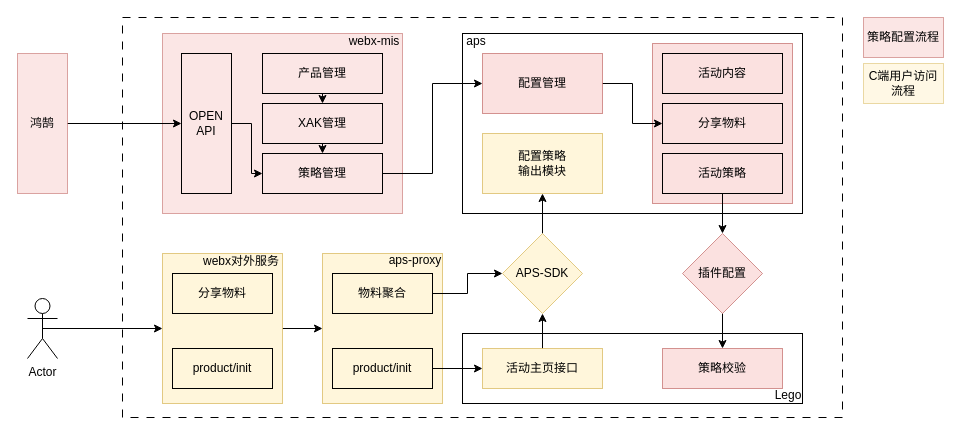
Before: page "客企" (5 of 9) of aps.drawio in songshiyun/drawio, a draw.io diagram. Source tidied: cells renumbered, new cells numbered last; positions are measured from the earlier drawing's top-left corner, leaving out a move shared by most shapes. Both pictures are drawn from the tidied source at 100%, with x=0, y=0 at pixel (17, 17).
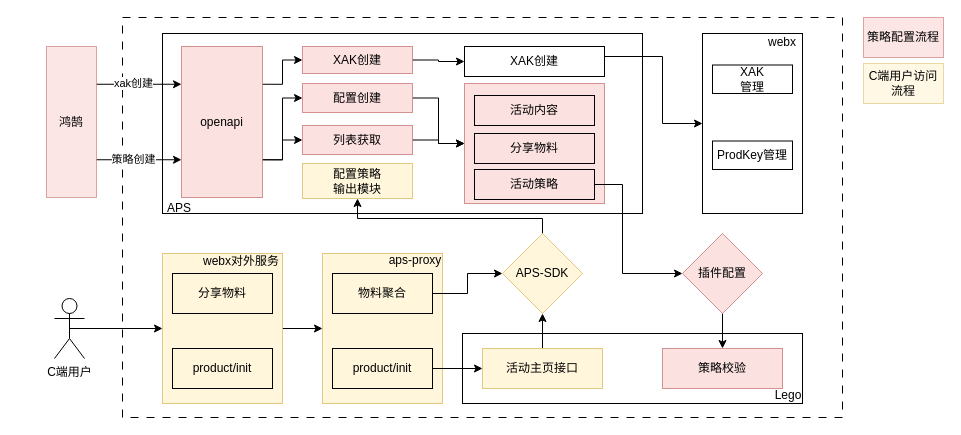
The same page after the edit.

Unchanged cells that the change refers to:
```xml
<mxCell id="12" value="APS-SDK" style="rhombus;whiteSpace=wrap;html=1;fillColor=#fff2cc;strokeColor=#d6b656;opacity=70;" parent="1" vertex="1">
  <mxGeometry x="485" y="216" width="80" height="80" as="geometry" />
</mxCell>
<mxCell id="30" value="插件配置" style="rhombus;whiteSpace=wrap;html=1;fillColor=#f8cecc;strokeColor=#b85450;opacity=60;" parent="1" vertex="1">
  <mxGeometry x="665" y="216" width="80" height="80" as="geometry" />
</mxCell>
```

Diff of the diagram source:
```diff
@@
+    <mxCell id="3" style="rounded=0;whiteSpace=wrap;html=1;fillColor=none;dashed=1;dashPattern=8 8;" parent="1" vertex="1">
+      <mxGeometry x="105" width="720" height="400" as="geometry" />
+    </mxCell>
     <mxCell id="2" style="rounded=0;whiteSpace=wrap;html=1;fillColor=none;" parent="1" vertex="1">
-      <mxGeometry x="445" y="16" width="340" height="180" as="geometry" />
+      <mxGeometry x="145" y="16" width="480" height="180" as="geometry" />
     </mxCell>
-    <mxCell id="3" style="rounded=0;whiteSpace=wrap;html=1;fillColor=none;dashed=1;dashPattern=8 8;" parent="1" vertex="1">
-      <mxGeometry x="105" width="720" height="400" as="geometry" />
-    </mxCell>
     <mxCell id="4" style="rounded=0;whiteSpace=wrap;html=1;fillColor=#f8cecc;strokeColor=#b85450;opacity=60;" parent="1" vertex="1">
-      <mxGeometry x="635" y="26" width="140" height="160" as="geometry" />
+      <mxGeometry x="447" y="66" width="140" height="120" as="geometry" />
     </mxCell>
-    <mxCell id="5" style="rounded=0;whiteSpace=wrap;html=1;fillColor=#f8cecc;strokeColor=#b85450;opacity=50;" parent="1" vertex="1">
-      <mxGeometry x="145" y="16" width="240" height="180" as="geometry" />
-    </mxCell>
-    <mxCell id="6" style="edgeStyle=orthogonalEdgeStyle;rounded=0;jettySize=auto;html=1;exitX=1;exitY=0.5;exitDx=0;exitDy=0;entryX=0;entryY=0.5;entryDx=0;entryDy=0;" parent="1" edge="1" source="7" target="21">
-      <mxGeometry relative="1" as="geometry" />
-    </mxCell>
-    <mxCell id="7" value="OPEN&lt;br&gt;API" style="rounded=0;whiteSpace=wrap;html=1;fillColor=none;" parent="1" vertex="1">
-      <mxGeometry x="164" y="36" width="50" height="140" as="geometry" />
-    </mxCell>
@@
-    <mxCell id="11" style="edgeStyle=orthogonalEdgeStyle;rounded=0;jettySize=auto;html=1;exitX=0.5;exitY=0;exitDx=0;exitDy=0;entryX=0.5;entryY=1;entryDx=0;entryDy=0;" parent="1" edge="1" source="12" target="22">
-      <mxGeometry relative="1" as="geometry" />
+    <mxCell id="11" style="edgeStyle=orthogonalEdgeStyle;rounded=0;jettySize=auto;html=1;exitX=0.5;exitY=0;exitDx=0;exitDy=0;" parent="1" edge="1" source="12" target="22">
+      <mxGeometry relative="1" as="geometry">
+        <Array as="points">
+          <mxPoint x="525" y="201" />
+          <mxPoint x="340" y="201" />
+        </Array>
+      </mxGeometry>
     </mxCell>
@@
-    <mxCell id="15" value="Actor" style="shape=umlActor;verticalLabelPosition=bottom;verticalAlign=top;html=1;outlineConnect=0;fillColor=none;" parent="1" vertex="1">
-      <mxGeometry x="10" y="281" width="30" height="60" as="geometry" />
+    <mxCell id="15" value="C端用户" style="shape=umlActor;verticalLabelPosition=bottom;verticalAlign=top;html=1;outlineConnect=0;fillColor=none;" parent="1" vertex="1">
+      <mxGeometry x="37" y="281" width="30" height="60" as="geometry" />
     </mxCell>
-    <mxCell id="16" style="edgeStyle=orthogonalEdgeStyle;rounded=0;jettySize=auto;html=1;exitX=0.5;exitY=1;exitDx=0;exitDy=0;entryX=0.5;entryY=0;entryDx=0;entryDy=0;" parent="1" edge="1" source="17" target="19">
-      <mxGeometry relative="1" as="geometry" />
-    </mxCell>
-    <mxCell id="17" value="产品管理" style="rounded=0;whiteSpace=wrap;html=1;fillColor=none;" parent="1" vertex="1">
-      <mxGeometry x="245" y="36" width="120" height="40" as="geometry" />
-    </mxCell>
-    <mxCell id="18" style="edgeStyle=orthogonalEdgeStyle;rounded=0;jettySize=auto;html=1;exitX=0.5;exitY=1;exitDx=0;exitDy=0;entryX=0.5;entryY=0;entryDx=0;entryDy=0;" parent="1" edge="1" source="19" target="21">
-      <mxGeometry relative="1" as="geometry" />
-    </mxCell>
-    <mxCell id="19" value="XAK管理" style="rounded=0;whiteSpace=wrap;html=1;fillColor=none;" parent="1" vertex="1">
-      <mxGeometry x="245" y="86" width="120" height="40" as="geometry" />
-    </mxCell>
-    <mxCell id="20" style="edgeStyle=orthogonalEdgeStyle;rounded=0;jettySize=auto;html=1;exitX=1;exitY=0.5;exitDx=0;exitDy=0;entryX=0;entryY=0.5;entryDx=0;entryDy=0;" parent="1" edge="1" source="21" target="24">
-      <mxGeometry relative="1" as="geometry" />
-    </mxCell>
-    <mxCell id="21" value="策略管理" style="rounded=0;whiteSpace=wrap;html=1;fillColor=none;" parent="1" vertex="1">
-      <mxGeometry x="245" y="136" width="120" height="40" as="geometry" />
-    </mxCell>
     <mxCell id="22" value="配置策略&lt;br&gt;输出模块" style="rounded=0;whiteSpace=wrap;html=1;fillColor=#fff2cc;strokeColor=#d6b656;opacity=70;" parent="1" vertex="1">
-      <mxGeometry x="465" y="116" width="120" height="60" as="geometry" />
+      <mxGeometry x="285" y="146" width="110" height="35" as="geometry" />
     </mxCell>
-    <mxCell id="23" style="edgeStyle=orthogonalEdgeStyle;rounded=0;jettySize=auto;html=1;exitX=1;exitY=0.5;exitDx=0;exitDy=0;entryX=0;entryY=0.5;entryDx=0;entryDy=0;" parent="1" edge="1" source="24" target="26">
-      <mxGeometry relative="1" as="geometry" />
-    </mxCell>
+    <mxCell id="49" style="edgeStyle=orthogonalEdgeStyle;rounded=0;jettySize=auto;html=1;exitX=1;exitY=0.5;exitDx=0;exitDy=0;entryX=0;entryY=0.5;entryDx=0;entryDy=0;" parent="1" edge="1" source="24" target="4">
+      <mxGeometry relative="1" as="geometry" />
+    </mxCell>
-    <mxCell id="24" value="配置管理" style="rounded=0;whiteSpace=wrap;html=1;fillColor=#f8cecc;strokeColor=#b85450;opacity=60;" parent="1" vertex="1">
-      <mxGeometry x="465" y="36" width="120" height="60" as="geometry" />
+    <mxCell id="24" value="配置创建" style="rounded=0;whiteSpace=wrap;html=1;fillColor=#f8cecc;strokeColor=#b85450;opacity=60;" parent="1" vertex="1">
+      <mxGeometry x="285" y="66" width="110" height="29" as="geometry" />
     </mxCell>
     <mxCell id="25" value="活动内容" style="rounded=0;whiteSpace=wrap;html=1;fillColor=none;" parent="1" vertex="1">
-      <mxGeometry x="645" y="36" width="120" height="40" as="geometry" />
+      <mxGeometry x="457" y="78" width="120" height="30" as="geometry" />
     </mxCell>
     <mxCell id="26" value="分享物料" style="rounded=0;whiteSpace=wrap;html=1;fillColor=none;" parent="1" vertex="1">
-      <mxGeometry x="645" y="86" width="120" height="40" as="geometry" />
+      <mxGeometry x="457" y="116" width="120" height="30" as="geometry" />
     </mxCell>
-    <mxCell id="27" style="edgeStyle=orthogonalEdgeStyle;rounded=0;jettySize=auto;html=1;exitX=0.5;exitY=1;exitDx=0;exitDy=0;entryX=0.5;entryY=0;entryDx=0;entryDy=0;" parent="1" edge="1" source="28" target="30">
-      <mxGeometry relative="1" as="geometry" />
+    <mxCell id="27" style="edgeStyle=orthogonalEdgeStyle;rounded=0;jettySize=auto;html=1;exitX=1;exitY=0.5;exitDx=0;exitDy=0;entryX=0;entryY=0.5;entryDx=0;entryDy=0;" parent="1" edge="1" source="28" target="30">
+      <mxGeometry relative="1" as="geometry">
+        <Array as="points">
+          <mxPoint x="605" y="167" />
+          <mxPoint x="605" y="256" />
+        </Array>
+      </mxGeometry>
     </mxCell>
     <mxCell id="28" value="活动策略" style="rounded=0;whiteSpace=wrap;html=1;fillColor=none;" parent="1" vertex="1">
-      <mxGeometry x="645" y="136" width="120" height="40" as="geometry" />
+      <mxGeometry x="457" y="152" width="120" height="30" as="geometry" />
     </mxCell>
@@
-    <mxCell id="40" style="edgeStyle=orthogonalEdgeStyle;rounded=0;jettySize=auto;html=1;exitX=1;exitY=0.5;exitDx=0;exitDy=0;entryX=0;entryY=0.5;entryDx=0;entryDy=0;" parent="1" edge="1" source="41" target="7">
-      <mxGeometry relative="1" as="geometry" />
-    </mxCell>
+    <mxCell id="50" style="edgeStyle=orthogonalEdgeStyle;rounded=0;jettySize=auto;html=1;exitX=1;exitY=0.25;exitDx=0;exitDy=0;entryX=0;entryY=0.25;entryDx=0;entryDy=0;" parent="1" edge="1" source="41" target="62">
+      <mxGeometry relative="1" as="geometry" />
+    </mxCell>
+    <mxCell id="51" value="xak创建" style="edgeLabel;html=1;align=center;verticalAlign=middle;" parent="50" vertex="1">
+      <mxGeometry x="-0.53" y="2" relative="1" as="geometry">
+        <mxPoint x="16" y="1" as="offset" />
+      </mxGeometry>
+    </mxCell>
+    <mxCell id="52" style="edgeStyle=orthogonalEdgeStyle;rounded=0;jettySize=auto;html=1;exitX=1;exitY=0.75;exitDx=0;exitDy=0;entryX=0;entryY=0.75;entryDx=0;entryDy=0;" parent="1" edge="1" source="41" target="62">
+      <mxGeometry relative="1" as="geometry" />
+    </mxCell>
+    <mxCell id="53" value="策略创建" style="edgeLabel;html=1;align=center;verticalAlign=middle;" parent="52" vertex="1">
+      <mxGeometry x="-0.39" y="1" relative="1" as="geometry">
+        <mxPoint x="10" as="offset" />
+      </mxGeometry>
+    </mxCell>
     <mxCell id="41" value="鸿鹄" style="rounded=0;whiteSpace=wrap;html=1;fillColor=#f8cecc;strokeColor=#b85450;opacity=50;" parent="1" vertex="1">
-      <mxGeometry y="36" width="50" height="140" as="geometry" />
+      <mxGeometry x="29" y="29" width="50" height="151" as="geometry" />
     </mxCell>
-    <mxCell id="42" value="webx-mis" style="text;html=1;strokeColor=none;fillColor=none;align=center;verticalAlign=middle;whiteSpace=wrap;rounded=0;" parent="1" vertex="1">
-      <mxGeometry x="327" y="9" width="60" height="30" as="geometry" />
-    </mxCell>
-    <mxCell id="43" value="aps" style="text;html=1;strokeColor=none;fillColor=none;align=center;verticalAlign=middle;whiteSpace=wrap;rounded=0;" parent="1" vertex="1">
-      <mxGeometry x="429" y="9" width="60" height="30" as="geometry" />
-    </mxCell>
@@
+    <mxCell id="54" style="rounded=0;whiteSpace=wrap;html=1;fillColor=none;" parent="1" vertex="1">
+      <mxGeometry x="685" y="16" width="100" height="180" as="geometry" />
+    </mxCell>
+    <mxCell id="55" style="edgeStyle=orthogonalEdgeStyle;rounded=0;jettySize=auto;html=1;exitX=1;exitY=0.5;exitDx=0;exitDy=0;entryX=0;entryY=0.5;entryDx=0;entryDy=0;" parent="1" edge="1" source="56" target="58">
+      <mxGeometry relative="1" as="geometry" />
+    </mxCell>
+    <mxCell id="56" value="XAK创建" style="rounded=0;whiteSpace=wrap;html=1;fillColor=#f8cecc;strokeColor=#b85450;opacity=60;" parent="1" vertex="1">
+      <mxGeometry x="285" y="29" width="110" height="27" as="geometry" />
+    </mxCell>
+    <mxCell id="57" style="edgeStyle=orthogonalEdgeStyle;rounded=0;jettySize=auto;html=1;exitX=1;exitY=0.5;exitDx=0;exitDy=0;entryX=0;entryY=0.5;entryDx=0;entryDy=0;" parent="1" edge="1" source="58" target="54">
+      <mxGeometry relative="1" as="geometry">
+        <Array as="points">
+          <mxPoint x="645" y="39" />
+          <mxPoint x="645" y="106" />
+        </Array>
+      </mxGeometry>
+    </mxCell>
+    <mxCell id="58" value="XAK创建" style="rounded=0;whiteSpace=wrap;html=1;fillColor=none;" parent="1" vertex="1">
+      <mxGeometry x="447" y="29" width="140" height="30" as="geometry" />
+    </mxCell>
+    <mxCell id="59" style="edgeStyle=orthogonalEdgeStyle;rounded=0;jettySize=auto;html=1;exitX=1;exitY=0.25;exitDx=0;exitDy=0;entryX=0;entryY=0.5;entryDx=0;entryDy=0;" parent="1" edge="1" source="62" target="56">
+      <mxGeometry relative="1" as="geometry" />
+    </mxCell>
+    <mxCell id="60" style="edgeStyle=orthogonalEdgeStyle;rounded=0;jettySize=auto;html=1;exitX=1;exitY=0.75;exitDx=0;exitDy=0;entryX=0;entryY=0.5;entryDx=0;entryDy=0;" parent="1" edge="1" source="62" target="24">
+      <mxGeometry relative="1" as="geometry" />
+    </mxCell>
+    <mxCell id="61" style="edgeStyle=orthogonalEdgeStyle;rounded=0;jettySize=auto;html=1;exitX=1;exitY=0.75;exitDx=0;exitDy=0;entryX=0;entryY=0.5;entryDx=0;entryDy=0;" parent="1" edge="1" source="62" target="68">
+      <mxGeometry relative="1" as="geometry" />
+    </mxCell>
+    <mxCell id="62" value="openapi" style="rounded=0;whiteSpace=wrap;html=1;fillColor=#f8cecc;strokeColor=#b85450;opacity=60;" parent="1" vertex="1">
+      <mxGeometry x="164" y="29" width="81" height="151" as="geometry" />
+    </mxCell>
+    <mxCell id="63" value="XAK&lt;br&gt;管理" style="rounded=0;whiteSpace=wrap;html=1;fillColor=none;" parent="1" vertex="1">
+      <mxGeometry x="695" y="47.5" width="80" height="28.5" as="geometry" />
+    </mxCell>
+    <mxCell id="64" value="ProdKey管理" style="rounded=0;whiteSpace=wrap;html=1;fillColor=none;" parent="1" vertex="1">
+      <mxGeometry x="695" y="123.5" width="80" height="28.5" as="geometry" />
+    </mxCell>
+    <mxCell id="65" value="webx" style="text;html=1;strokeColor=none;fillColor=none;align=center;verticalAlign=middle;whiteSpace=wrap;rounded=0;" parent="1" vertex="1">
+      <mxGeometry x="725" y="10" width="80" height="30" as="geometry" />
+    </mxCell>
+    <mxCell id="66" value="APS" style="text;html=1;strokeColor=none;fillColor=none;align=center;verticalAlign=middle;whiteSpace=wrap;rounded=0;" parent="1" vertex="1">
+      <mxGeometry x="122" y="176" width="80" height="30" as="geometry" />
+    </mxCell>
+    <mxCell id="67" style="edgeStyle=orthogonalEdgeStyle;rounded=0;jettySize=auto;html=1;exitX=1;exitY=0.5;exitDx=0;exitDy=0;entryX=0;entryY=0.5;entryDx=0;entryDy=0;" parent="1" edge="1" source="68" target="4">
+      <mxGeometry relative="1" as="geometry" />
+    </mxCell>
+    <mxCell id="68" value="列表获取" style="rounded=0;whiteSpace=wrap;html=1;fillColor=#f8cecc;strokeColor=#b85450;opacity=60;" parent="1" vertex="1">
+      <mxGeometry x="285" y="108" width="110" height="29" as="geometry" />
+    </mxCell>
```
